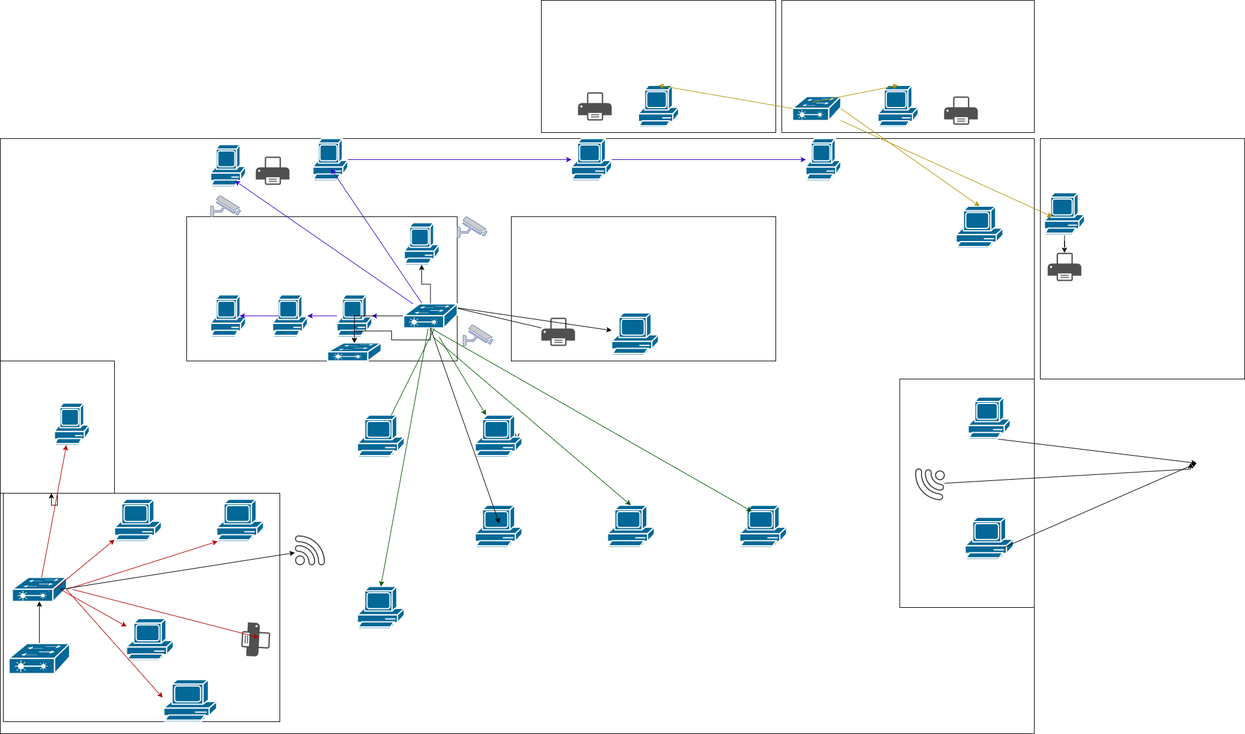
GabrielBuenoSathler/mapa-de-rede keeps this draw.io diagram as mapa_de_rede(Fábrica).drawio.png. Above is the earlier version. Source tidied: cells renumbered, new cells last; positions are measured from the earlier drawing's top-left corner, leaving out a move shared by most shapes.
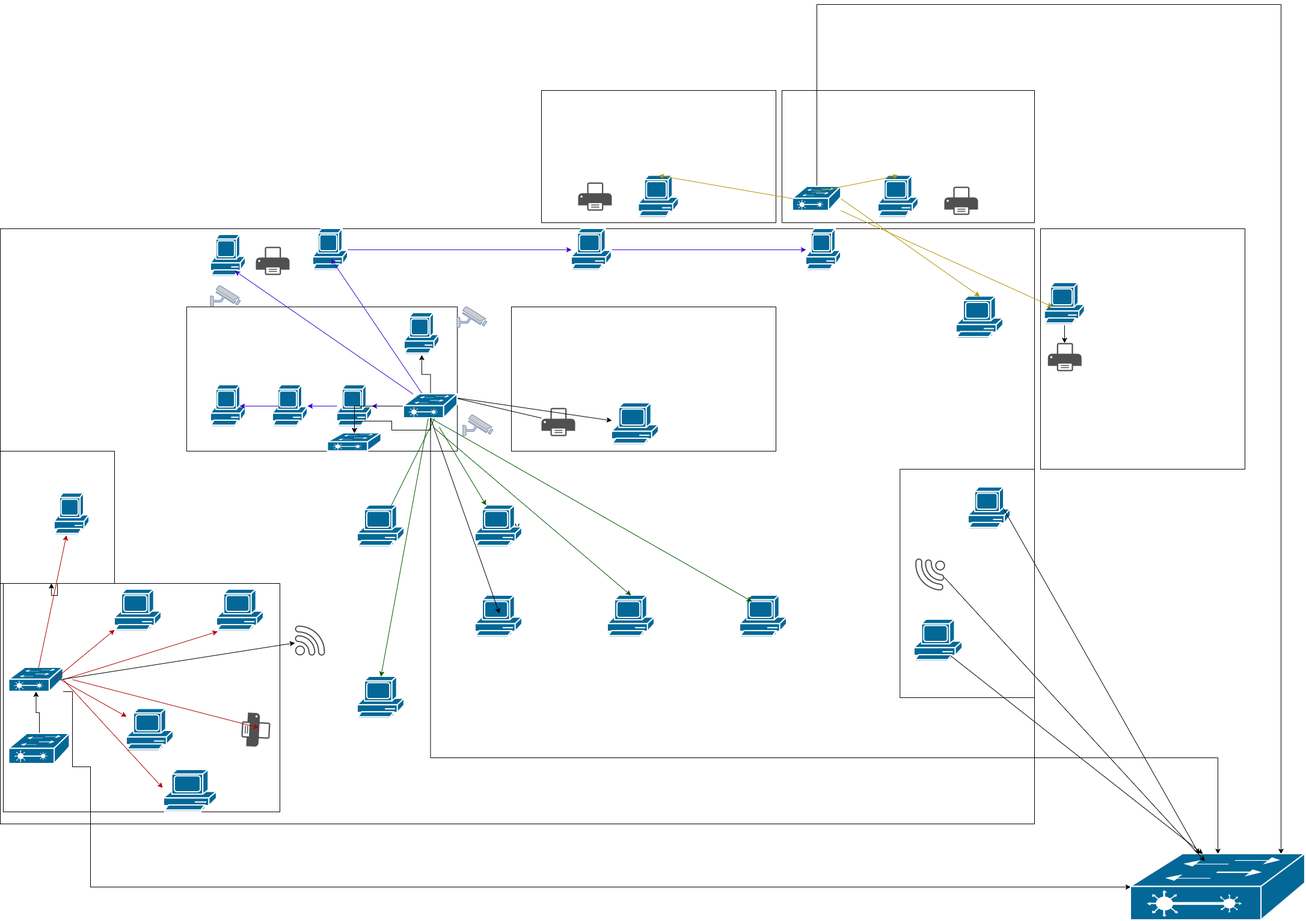
The same diagram one commit later.

What changed in the source:
```diff
@@ -8,8 +8,18 @@
     <mxCell id="3" style="rounded=0;whiteSpace=wrap;html=1;rotation=90;" parent="1" vertex="1">
       <mxGeometry x="45" y="780" width="380" height="460" as="geometry" />
     </mxCell>
+    <mxCell id="88" style="edgeStyle=orthogonalEdgeStyle;rounded=0;jettySize=auto;html=1;exitX=1;exitY=1;exitDx=0;exitDy=0;exitPerimeter=0;" parent="1" edge="1" source="4" target="91">
+      <mxGeometry relative="1" as="geometry">
+        <Array as="points">
+          <mxPoint x="120" y="1000" />
+          <mxPoint x="120" y="1125" />
+          <mxPoint x="150" y="1125" />
+          <mxPoint x="150" y="1325" />
+        </Array>
+      </mxGeometry>
+    </mxCell>
     <mxCell id="4" style="strokeColor=#ffffff;sketch=0;html=1;dashed=0;fillColor=#036897;strokeWidth=2;verticalLabelPosition=bottom;verticalAlign=top;align=center;outlineConnect=0;shape=mxgraph.cisco.switches.layer_2_remote_switch;" parent="1" vertex="1">
-      <mxGeometry x="20" y="960" width="90" height="40" as="geometry" />
+      <mxGeometry x="14.5" y="960" width="90" height="40" as="geometry" />
     </mxCell>
     <mxCell id="5" style="sketch=0;html=1;dashed=0;fillColor=#036897;strokeColor=#ffffff;strokeWidth=2;verticalLabelPosition=bottom;verticalAlign=top;align=center;outlineConnect=0;shape=mxgraph.cisco.computers_and_peripherals.pc;" parent="1" vertex="1">
       <mxGeometry x="190" y="830" width="78" height="70" as="geometry" />
@@ -140,16 +150,8 @@
       <mxGeometry x="1610" y="660" width="70" height="70" as="geometry" />
     </mxCell>
     <mxCell id="42" style="sketch=0;html=1;dashed=0;fillColor=#036897;strokeColor=#ffffff;strokeWidth=2;verticalLabelPosition=bottom;verticalAlign=top;align=center;shape=mxgraph.cisco.computers_and_peripherals.pc;" parent="1" vertex="1">
-      <mxGeometry x="1605" y="860" width="80" height="70" as="geometry" />
+      <mxGeometry x="1520" y="880" width="80" height="70" as="geometry" />
     </mxCell>
-    <mxCell id="43" style="edgeStyle=orthogonalEdgeStyle;rounded=0;jettySize=auto;html=1;" parent="1" edge="1" source="44">
-      <mxGeometry relative="1" as="geometry">
-        <mxPoint x="1980" y="770" as="targetPoint" />
-        <Array as="points">
-          <mxPoint x="1980" y="780" />
-        </Array>
-      </mxGeometry>
-    </mxCell>
     <mxCell id="44" style="sketch=0;shadow=0;dashed=0;html=1;strokeColor=none;fillColor=#434445;labelPosition=center;verticalLabelPosition=bottom;verticalAlign=top;align=center;outlineConnect=0;shape=mxgraph.vvd.wi_fi;rotation=-175;" parent="1" vertex="1">
       <mxGeometry x="1520" y="780" width="50" height="50" as="geometry" />
     </mxCell>
@@ -228,6 +230,14 @@
     <mxCell id="67" style="sketch=0;html=1;dashed=0;fillColor=#036897;strokeColor=#ffffff;strokeWidth=2;verticalLabelPosition=bottom;verticalAlign=top;align=center;outlineConnect=0;shape=mxgraph.cisco.computers_and_peripherals.pc;" parent="1" vertex="1">
       <mxGeometry x="1061.5" y="141.5" width="67" height="70" as="geometry" />
     </mxCell>
+    <mxCell id="89" style="edgeStyle=orthogonalEdgeStyle;rounded=0;jettySize=auto;html=1;exitX=0.5;exitY=0;exitDx=0;exitDy=0;exitPerimeter=0;" parent="1" edge="1" source="68" target="91">
+      <mxGeometry relative="1" as="geometry">
+        <Array as="points">
+          <mxPoint x="1358" y="-143" />
+          <mxPoint x="2130" y="-143" />
+        </Array>
+      </mxGeometry>
+    </mxCell>
     <mxCell id="68" style="strokeColor=#ffffff;sketch=0;html=1;dashed=0;fillColor=#036897;strokeWidth=2;verticalLabelPosition=bottom;verticalAlign=top;align=center;outlineConnect=0;shape=mxgraph.cisco.switches.layer_2_remote_switch;" parent="1" vertex="1">
       <mxGeometry x="1318" y="160" width="80" height="40" as="geometry" />
     </mxCell>
@@ -275,6 +285,14 @@
         <mxPoint x="730" y="540" as="sourcePoint" />
       </mxGeometry>
     </mxCell>
+    <mxCell id="90" style="edgeStyle=orthogonalEdgeStyle;rounded=0;jettySize=auto;html=1;" parent="1" edge="1" source="81" target="91">
+      <mxGeometry relative="1" as="geometry">
+        <Array as="points">
+          <mxPoint x="716" y="1110" />
+          <mxPoint x="2025" y="1110" />
+        </Array>
+      </mxGeometry>
+    </mxCell>
     <mxCell id="81" style="strokeColor=#ffffff;sketch=0;html=1;dashed=0;fillColor=#036897;strokeWidth=2;verticalLabelPosition=bottom;verticalAlign=top;align=center;outlineConnect=0;shape=mxgraph.cisco.switches.layer_2_remote_switch;" parent="1" vertex="1">
       <mxGeometry x="671" y="505" width="89" height="40" as="geometry" />
     </mxCell>
@@ -298,17 +316,22 @@
         <mxPoint x="1250" y="850" as="targetPoint" />
       </mxGeometry>
     </mxCell>
-    <mxCell id="86" style="endArrow=classic;html=1;rounded=0;" parent="1" edge="1">
-      <mxGeometry relative="1" as="geometry">
-        <mxPoint x="1660" y="730" as="sourcePoint" />
-        <mxPoint x="1990" y="770" as="targetPoint" />
-      </mxGeometry>
-    </mxCell>
-    <mxCell id="87" style="endArrow=classic;html=1;rounded=0;" parent="1" edge="1">
-      <mxGeometry relative="1" as="geometry">
-        <mxPoint x="1670" y="910" as="sourcePoint" />
-        <mxPoint x="1990" y="770" as="targetPoint" />
-      </mxGeometry>
-    </mxCell>
+    <mxCell id="91" style="strokeColor=#ffffff;sketch=0;html=1;dashed=0;fillColor=#036897;strokeWidth=2;verticalLabelPosition=bottom;verticalAlign=top;align=center;outlineConnect=0;shape=mxgraph.cisco.switches.layer_2_remote_switch;" parent="1" vertex="1">
+      <mxGeometry x="1880" y="1270" width="290" height="110" as="geometry" />
+    </mxCell>
+    <mxCell id="92" style="endArrow=classic;html=1;rounded=0;exitX=0.83;exitY=0.5;exitDx=0;exitDy=0;exitPerimeter=0;" parent="1" edge="1" source="41" target="91">
+      <mxGeometry relative="1" as="geometry" />
+    </mxCell>
+    <mxCell id="93" style="endArrow=classic;html=1;rounded=0;entryX=0.425;entryY=0.108;entryDx=0;entryDy=0;entryPerimeter=0;" parent="1" edge="1" target="91">
+      <mxGeometry relative="1" as="geometry">
+        <mxPoint x="1570" y="810" as="sourcePoint" />
+      </mxGeometry>
+    </mxCell>
+    <mxCell id="94" style="endArrow=classic;html=1;rounded=0;" parent="1" edge="1">
+      <mxGeometry relative="1" as="geometry">
+        <mxPoint x="1580" y="940" as="sourcePoint" />
+        <mxPoint x="2000" y="1270" as="targetPoint" />
+      </mxGeometry>
+    </mxCell>
   </root>
 </mxGraphModel>
```
